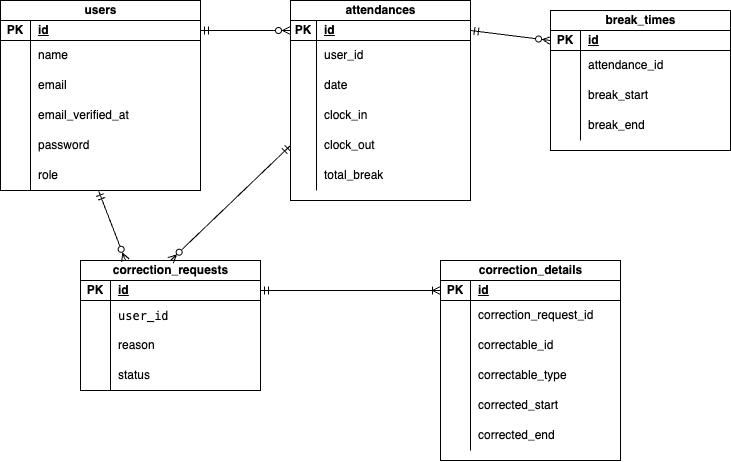
This is mogi2.drawio.png from riku37-create/miyaharariku-mogi2, a draw.io export, as it was before one commit. Source tidied: cells renumbered, new cells last; positions are measured from the earlier drawing's top-left corner, leaving out a move shared by most shapes.
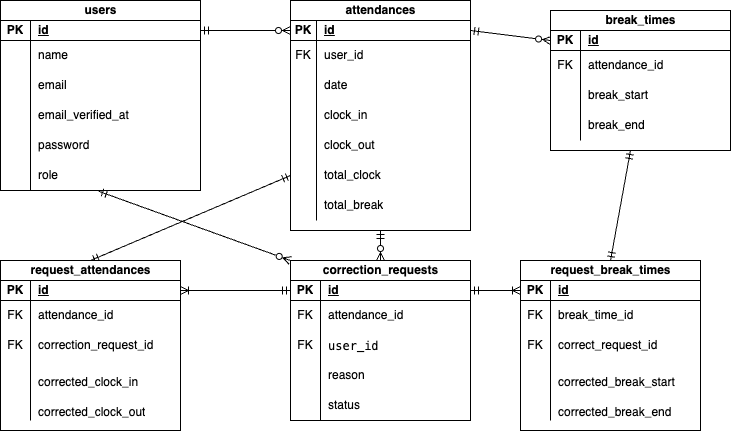
Above is the later version.

Change to the diagram source:
```diff
@@ -5,3 +5,3 @@
     <mxCell id="2" value="correction_requests" style="shape=table;startSize=20;rowLines=0;fontStyle=1;align=center;html=1;shadow=0;" parent="1" vertex="1">
-      <mxGeometry x="80" y="260" width="180" height="130" as="geometry" />
+      <mxGeometry x="290" y="260" width="180" height="160" as="geometry" />
     </mxCell>
@@ -16,6 +16,15 @@
     </mxCell>
+    <mxCell id="90" style="shape=tableRow;horizontal=0;startSize=0;swimlaneHead=0;swimlaneBody=0;fillColor=none;top=0;left=0;right=0;bottom=0;" parent="2" vertex="1">
+      <mxGeometry y="40" width="180" height="30" as="geometry" />
+    </mxCell>
+    <mxCell id="91" value="FK" style="shape=partialRectangle;fillColor=none;top=0;left=0;bottom=0;right=0;overflow=hidden;whiteSpace=wrap;html=1;" parent="90" vertex="1">
+      <mxGeometry width="30" height="30" as="geometry" />
+    </mxCell>
+    <mxCell id="92" value="attendance_id" style="shape=partialRectangle;fillColor=none;top=0;left=0;bottom=0;right=0;align=left;spacingLeft=6;overflow=hidden;whiteSpace=wrap;html=1;" parent="90" vertex="1">
+      <mxGeometry x="30" width="150" height="30" as="geometry" />
+    </mxCell>
     <mxCell id="6" style="shape=tableRow;horizontal=0;startSize=0;swimlaneHead=0;swimlaneBody=0;fillColor=none;top=0;left=0;right=0;bottom=0;" parent="2" vertex="1">
-      <mxGeometry y="40" width="180" height="30" as="geometry" />
+      <mxGeometry y="70" width="180" height="30" as="geometry" />
     </mxCell>
-    <mxCell id="7" style="shape=partialRectangle;fillColor=none;top=0;left=0;bottom=0;right=0;overflow=hidden;whiteSpace=wrap;html=1;" parent="6" vertex="1">
+    <mxCell id="7" value="FK" style="shape=partialRectangle;fillColor=none;top=0;left=0;bottom=0;right=0;overflow=hidden;whiteSpace=wrap;html=1;" parent="6" vertex="1">
       <mxGeometry width="30" height="30" as="geometry" />
@@ -26,3 +35,3 @@
     <mxCell id="9" style="shape=tableRow;horizontal=0;startSize=0;swimlaneHead=0;swimlaneBody=0;fillColor=none;top=0;left=0;right=0;bottom=0;" parent="2" vertex="1">
-      <mxGeometry y="70" width="180" height="30" as="geometry" />
+      <mxGeometry y="100" width="180" height="30" as="geometry" />
     </mxCell>
@@ -35,3 +44,3 @@
     <mxCell id="12" style="shape=tableRow;horizontal=0;startSize=0;swimlaneHead=0;swimlaneBody=0;fillColor=none;top=0;left=0;right=0;bottom=0;" parent="2" vertex="1">
-      <mxGeometry y="100" width="180" height="30" as="geometry" />
+      <mxGeometry y="130" width="180" height="30" as="geometry" />
     </mxCell>
@@ -101,3 +110,3 @@
     <mxCell id="34" value="attendances" style="shape=table;startSize=20;rowLines=0;fontStyle=1;align=center;html=1;" parent="1" vertex="1">
-      <mxGeometry x="290" width="180" height="200" as="geometry" />
+      <mxGeometry x="290" width="180" height="230" as="geometry" />
     </mxCell>
@@ -115,3 +124,3 @@
     </mxCell>
-    <mxCell id="39" style="shape=partialRectangle;fillColor=none;top=0;left=0;bottom=0;right=0;overflow=hidden;whiteSpace=wrap;html=1;" parent="38" vertex="1">
+    <mxCell id="39" value="FK" style="shape=partialRectangle;fillColor=none;top=0;left=0;bottom=0;right=0;overflow=hidden;whiteSpace=wrap;html=1;" parent="38" vertex="1">
       <mxGeometry width="26" height="30" as="geometry" />
@@ -154,5 +163,14 @@
     </mxCell>
-    <mxCell id="52" value="total_break" style="shape=partialRectangle;fillColor=none;top=0;left=0;bottom=0;right=0;align=left;spacingLeft=6;overflow=hidden;whiteSpace=wrap;html=1;" parent="50" vertex="1">
+    <mxCell id="52" value="total_clock&lt;span style=&quot;white-space: pre;&quot;&gt;&#9;&lt;/span&gt;" style="shape=partialRectangle;fillColor=none;top=0;left=0;bottom=0;right=0;align=left;spacingLeft=6;overflow=hidden;whiteSpace=wrap;html=1;" parent="50" vertex="1">
       <mxGeometry x="26" width="154" height="30" as="geometry" />
     </mxCell>
+    <mxCell id="93" style="shape=tableRow;horizontal=0;startSize=0;swimlaneHead=0;swimlaneBody=0;fillColor=none;top=0;left=0;right=0;bottom=0;" parent="34" vertex="1">
+      <mxGeometry y="190" width="180" height="30" as="geometry" />
+    </mxCell>
+    <mxCell id="94" style="shape=partialRectangle;fillColor=none;top=0;left=0;bottom=0;right=0;overflow=hidden;whiteSpace=wrap;html=1;" parent="93" vertex="1">
+      <mxGeometry width="26" height="30" as="geometry" />
+    </mxCell>
+    <mxCell id="95" value="total_break" style="shape=partialRectangle;fillColor=none;top=0;left=0;bottom=0;right=0;align=left;spacingLeft=6;overflow=hidden;whiteSpace=wrap;html=1;" parent="93" vertex="1">
+      <mxGeometry x="26" width="154" height="30" as="geometry" />
+    </mxCell>
     <mxCell id="53" style="html=1;exitX=1;exitY=0.5;exitDx=0;exitDy=0;entryX=0;entryY=0.5;entryDx=0;entryDy=0;startArrow=ERmandOne;startFill=0;endArrow=ERzeroToMany;endFill=0;" parent="1" edge="1" source="16" target="35">
@@ -175,3 +193,3 @@
     </mxCell>
-    <mxCell id="59" style="shape=partialRectangle;fillColor=none;top=0;left=0;bottom=0;right=0;overflow=hidden;whiteSpace=wrap;html=1;" parent="58" vertex="1">
+    <mxCell id="59" value="FK" style="shape=partialRectangle;fillColor=none;top=0;left=0;bottom=0;right=0;overflow=hidden;whiteSpace=wrap;html=1;" parent="58" vertex="1">
       <mxGeometry width="30" height="30" as="geometry" />
@@ -202,68 +220,118 @@
     </mxCell>
-    <mxCell id="68" style="edgeStyle=none;html=1;exitX=0;exitY=0.5;exitDx=0;exitDy=0;entryX=0.5;entryY=0;entryDx=0;entryDy=0;startArrow=ERmandOne;startFill=0;endArrow=ERzeroToMany;endFill=0;" parent="1" edge="1" source="47" target="2">
+    <mxCell id="68" style="edgeStyle=none;html=1;exitX=0.5;exitY=1;exitDx=0;exitDy=0;entryX=0.5;entryY=0;entryDx=0;entryDy=0;startArrow=ERmandOne;startFill=0;endArrow=ERzeroToMany;endFill=0;" parent="1" edge="1" source="34" target="2">
       <mxGeometry relative="1" as="geometry" />
     </mxCell>
-    <mxCell id="69" value="correction_details" style="shape=table;startSize=20;rowLines=0;fontStyle=1;align=center;html=1;" parent="1" vertex="1">
-      <mxGeometry x="440" y="260" width="180" height="200" as="geometry" />
-    </mxCell>
-    <mxCell id="70" style="shape=tableRow;horizontal=0;startSize=0;swimlaneHead=0;swimlaneBody=0;fillColor=none;points=[[0,0.5],[1,0.5]];portConstraint=eastwest;top=0;left=0;right=0;bottom=1;" parent="69" vertex="1">
-      <mxGeometry y="20" width="180" height="20" as="geometry" />
-    </mxCell>
-    <mxCell id="71" value="PK" style="shape=partialRectangle;fillColor=none;top=0;left=0;bottom=0;right=0;fontStyle=1;overflow=hidden;whiteSpace=wrap;html=1;" parent="70" vertex="1">
-      <mxGeometry width="30" height="20" as="geometry" />
-    </mxCell>
-    <mxCell id="72" value="id" style="shape=partialRectangle;fillColor=none;top=0;left=0;bottom=0;right=0;align=left;spacingLeft=6;fontStyle=5;overflow=hidden;whiteSpace=wrap;html=1;" parent="70" vertex="1">
-      <mxGeometry x="30" width="150" height="20" as="geometry" />
-    </mxCell>
-    <mxCell id="73" style="shape=tableRow;horizontal=0;startSize=0;swimlaneHead=0;swimlaneBody=0;fillColor=none;top=0;left=0;right=0;bottom=0;" parent="69" vertex="1">
-      <mxGeometry y="40" width="180" height="30" as="geometry" />
-    </mxCell>
-    <mxCell id="74" style="shape=partialRectangle;fillColor=none;top=0;left=0;bottom=0;right=0;overflow=hidden;whiteSpace=wrap;html=1;" parent="73" vertex="1">
-      <mxGeometry width="30" height="30" as="geometry" />
-    </mxCell>
+    <mxCell id="89" style="edgeStyle=none;html=1;exitX=0;exitY=0;exitDx=0;exitDy=0;entryX=0.491;entryY=1.026;entryDx=0;entryDy=0;entryPerimeter=0;startArrow=ERzeroToMany;startFill=0;endArrow=ERmandOne;endFill=0;" parent="1" edge="1" source="2" target="31">
+      <mxGeometry relative="1" as="geometry" />
+    </mxCell>
+    <mxCell id="96" style="edgeStyle=none;html=1;exitX=0.5;exitY=0;exitDx=0;exitDy=0;startArrow=ERmandOne;startFill=0;endArrow=ERmandOne;endFill=0;" parent="1" edge="1" source="97">
+      <mxGeometry relative="1" as="geometry">
+        <mxPoint x="630" y="150" as="targetPoint" />
+      </mxGeometry>
+    </mxCell>
+    <mxCell id="97" value="request_break_times" style="shape=table;startSize=20;rowLines=0;fontStyle=1;align=center;html=1;" parent="1" vertex="1">
+      <mxGeometry x="520" y="260" width="180" height="170" as="geometry" />
+    </mxCell>
+    <mxCell id="98" style="shape=tableRow;horizontal=0;startSize=0;swimlaneHead=0;swimlaneBody=0;fillColor=none;points=[[0,0.5],[1,0.5]];portConstraint=eastwest;top=0;left=0;right=0;bottom=1;" parent="97" vertex="1">
+      <mxGeometry y="20" width="180" height="20" as="geometry" />
+    </mxCell>
+    <mxCell id="99" value="PK" style="shape=partialRectangle;fillColor=none;top=0;left=0;bottom=0;right=0;fontStyle=1;overflow=hidden;whiteSpace=wrap;html=1;" parent="98" vertex="1">
+      <mxGeometry width="30" height="20" as="geometry" />
+    </mxCell>
+    <mxCell id="100" value="id" style="shape=partialRectangle;fillColor=none;top=0;left=0;bottom=0;right=0;align=left;spacingLeft=6;fontStyle=5;overflow=hidden;whiteSpace=wrap;html=1;" parent="98" vertex="1">
+      <mxGeometry x="30" width="150" height="20" as="geometry" />
+    </mxCell>
+    <mxCell id="101" style="shape=tableRow;horizontal=0;startSize=0;swimlaneHead=0;swimlaneBody=0;fillColor=none;top=0;left=0;right=0;bottom=0;" parent="97" vertex="1">
+      <mxGeometry y="40" width="180" height="30" as="geometry" />
+    </mxCell>
+    <mxCell id="102" value="FK" style="shape=partialRectangle;fillColor=none;top=0;left=0;bottom=0;right=0;overflow=hidden;whiteSpace=wrap;html=1;" parent="101" vertex="1">
+      <mxGeometry width="30" height="30" as="geometry" />
+    </mxCell>
+    <mxCell id="103" value="break_time_id" style="shape=partialRectangle;fillColor=none;top=0;left=0;bottom=0;right=0;align=left;spacingLeft=6;overflow=hidden;whiteSpace=wrap;html=1;" parent="101" vertex="1">
+      <mxGeometry x="30" width="150" height="30" as="geometry" />
+    </mxCell>
+    <mxCell id="104" style="shape=tableRow;horizontal=0;startSize=0;swimlaneHead=0;swimlaneBody=0;fillColor=none;top=0;left=0;right=0;bottom=0;" parent="97" vertex="1">
+      <mxGeometry y="70" width="180" height="30" as="geometry" />
+    </mxCell>
+    <mxCell id="105" value="FK" style="shape=partialRectangle;fillColor=none;top=0;left=0;bottom=0;right=0;overflow=hidden;whiteSpace=wrap;html=1;" parent="104" vertex="1">
+      <mxGeometry width="30" height="30" as="geometry" />
+    </mxCell>
+    <mxCell id="106" value="correct_request_id" style="shape=partialRectangle;fillColor=none;top=0;left=0;bottom=0;right=0;align=left;spacingLeft=6;overflow=hidden;whiteSpace=wrap;html=1;" parent="104" vertex="1">
+      <mxGeometry x="30" width="150" height="30" as="geometry" />
+    </mxCell>
+    <mxCell id="107" style="shape=tableRow;horizontal=0;startSize=0;swimlaneHead=0;swimlaneBody=0;fillColor=none;top=0;left=0;right=0;bottom=0;" parent="97" vertex="1">
+      <mxGeometry y="100" width="180" height="30" as="geometry" />
+    </mxCell>
+    <mxCell id="108" style="shape=partialRectangle;fillColor=none;top=0;left=0;bottom=0;right=0;overflow=hidden;whiteSpace=wrap;html=1;" parent="107" vertex="1">
+      <mxGeometry width="30" height="30" as="geometry" />
+    </mxCell>
+    <mxCell id="109" value="&lt;p class=&quot;p1&quot;&gt;corrected_break_start&lt;/p&gt;" style="shape=partialRectangle;fillColor=none;top=0;left=0;bottom=0;right=0;align=left;spacingLeft=6;overflow=hidden;whiteSpace=wrap;html=1;" parent="107" vertex="1">
+      <mxGeometry x="30" width="150" height="30" as="geometry" />
+    </mxCell>
+    <mxCell id="110" style="shape=tableRow;horizontal=0;startSize=0;swimlaneHead=0;swimlaneBody=0;fillColor=none;top=0;left=0;right=0;bottom=0;" parent="97" vertex="1">
+      <mxGeometry y="130" width="180" height="30" as="geometry" />
+    </mxCell>
+    <mxCell id="111" style="shape=partialRectangle;fillColor=none;top=0;left=0;bottom=0;right=0;overflow=hidden;whiteSpace=wrap;html=1;" parent="110" vertex="1">
+      <mxGeometry width="30" height="30" as="geometry" />
+    </mxCell>
+    <mxCell id="112" value="&lt;p class=&quot;p1&quot;&gt;corrected_break_end&lt;/p&gt;" style="shape=partialRectangle;fillColor=none;top=0;left=0;bottom=0;right=0;align=left;spacingLeft=6;overflow=hidden;whiteSpace=wrap;html=1;" parent="110" vertex="1">
+      <mxGeometry x="30" width="150" height="30" as="geometry" />
+    </mxCell>
+    <mxCell id="113" style="edgeStyle=none;html=1;exitX=0.5;exitY=0;exitDx=0;exitDy=0;startArrow=ERmandOne;startFill=0;endArrow=ERmandOne;endFill=0;entryX=0;entryY=0.5;entryDx=0;entryDy=0;" parent="1" edge="1" source="114" target="50">
+      <mxGeometry relative="1" as="geometry" />
+    </mxCell>
+    <mxCell id="114" value="request_attendances" style="shape=table;startSize=20;rowLines=0;fontStyle=1;align=center;html=1;" parent="1" vertex="1">
+      <mxGeometry y="260" width="180" height="170" as="geometry" />
+    </mxCell>
+    <mxCell id="115" style="shape=tableRow;horizontal=0;startSize=0;swimlaneHead=0;swimlaneBody=0;fillColor=none;points=[[0,0.5],[1,0.5]];portConstraint=eastwest;top=0;left=0;right=0;bottom=1;" parent="114" vertex="1">
+      <mxGeometry y="20" width="180" height="20" as="geometry" />
+    </mxCell>
+    <mxCell id="116" value="PK" style="shape=partialRectangle;fillColor=none;top=0;left=0;bottom=0;right=0;fontStyle=1;overflow=hidden;whiteSpace=wrap;html=1;" parent="115" vertex="1">
+      <mxGeometry width="30" height="20" as="geometry" />
+    </mxCell>
+    <mxCell id="117" value="id" style="shape=partialRectangle;fillColor=none;top=0;left=0;bottom=0;right=0;align=left;spacingLeft=6;fontStyle=5;overflow=hidden;whiteSpace=wrap;html=1;" parent="115" vertex="1">
+      <mxGeometry x="30" width="150" height="20" as="geometry" />
+    </mxCell>
+    <mxCell id="118" style="shape=tableRow;horizontal=0;startSize=0;swimlaneHead=0;swimlaneBody=0;fillColor=none;top=0;left=0;right=0;bottom=0;" parent="114" vertex="1">
+      <mxGeometry y="40" width="180" height="30" as="geometry" />
+    </mxCell>
+    <mxCell id="119" value="FK" style="shape=partialRectangle;fillColor=none;top=0;left=0;bottom=0;right=0;overflow=hidden;whiteSpace=wrap;html=1;" parent="118" vertex="1">
+      <mxGeometry width="30" height="30" as="geometry" />
+    </mxCell>
+    <mxCell id="120" value="attendance_id" style="shape=partialRectangle;fillColor=none;top=0;left=0;bottom=0;right=0;align=left;spacingLeft=6;overflow=hidden;whiteSpace=wrap;html=1;" parent="118" vertex="1">
+      <mxGeometry x="30" width="150" height="30" as="geometry" />
+    </mxCell>
+    <mxCell id="121" style="shape=tableRow;horizontal=0;startSize=0;swimlaneHead=0;swimlaneBody=0;fillColor=none;top=0;left=0;right=0;bottom=0;" parent="114" vertex="1">
+      <mxGeometry y="70" width="180" height="30" as="geometry" />
+    </mxCell>
+    <mxCell id="122" value="FK" style="shape=partialRectangle;fillColor=none;top=0;left=0;bottom=0;right=0;overflow=hidden;whiteSpace=wrap;html=1;" parent="121" vertex="1">
+      <mxGeometry width="30" height="30" as="geometry" />
+    </mxCell>
-    <mxCell id="75" value="correction_request_id" style="shape=partialRectangle;fillColor=none;top=0;left=0;bottom=0;right=0;align=left;spacingLeft=6;overflow=hidden;whiteSpace=wrap;html=1;" parent="73" vertex="1">
+    <mxCell id="75" value="correction_request_id" style="shape=partialRectangle;fillColor=none;top=0;left=0;bottom=0;right=0;align=left;spacingLeft=6;overflow=hidden;whiteSpace=wrap;html=1;" parent="121" vertex="1">
       <mxGeometry x="30" width="150" height="30" as="geometry" />
     </mxCell>
-    <mxCell id="76" style="shape=tableRow;horizontal=0;startSize=0;swimlaneHead=0;swimlaneBody=0;fillColor=none;top=0;left=0;right=0;bottom=0;" parent="69" vertex="1">
-      <mxGeometry y="70" width="180" height="30" as="geometry" />
-    </mxCell>
-    <mxCell id="77" style="shape=partialRectangle;fillColor=none;top=0;left=0;bottom=0;right=0;overflow=hidden;whiteSpace=wrap;html=1;" parent="76" vertex="1">
-      <mxGeometry width="30" height="30" as="geometry" />
-    </mxCell>
-    <mxCell id="78" value="correctable_id" style="shape=partialRectangle;fillColor=none;top=0;left=0;bottom=0;right=0;align=left;spacingLeft=6;overflow=hidden;whiteSpace=wrap;html=1;" parent="76" vertex="1">
-      <mxGeometry x="30" width="150" height="30" as="geometry" />
-    </mxCell>
-    <mxCell id="79" style="shape=tableRow;horizontal=0;startSize=0;swimlaneHead=0;swimlaneBody=0;fillColor=none;top=0;left=0;right=0;bottom=0;" parent="69" vertex="1">
-      <mxGeometry y="100" width="180" height="30" as="geometry" />
-    </mxCell>
-    <mxCell id="80" style="shape=partialRectangle;fillColor=none;top=0;left=0;bottom=0;right=0;overflow=hidden;whiteSpace=wrap;html=1;" parent="79" vertex="1">
-      <mxGeometry width="30" height="30" as="geometry" />
-    </mxCell>
-    <mxCell id="81" value="correctable_type" style="shape=partialRectangle;fillColor=none;top=0;left=0;bottom=0;right=0;align=left;spacingLeft=6;overflow=hidden;whiteSpace=wrap;html=1;" parent="79" vertex="1">
-      <mxGeometry x="30" width="150" height="30" as="geometry" />
-    </mxCell>
-    <mxCell id="82" style="shape=tableRow;horizontal=0;startSize=0;swimlaneHead=0;swimlaneBody=0;fillColor=none;top=0;left=0;right=0;bottom=0;" parent="69" vertex="1">
-      <mxGeometry y="130" width="180" height="30" as="geometry" />
-    </mxCell>
-    <mxCell id="83" style="shape=partialRectangle;fillColor=none;top=0;left=0;bottom=0;right=0;overflow=hidden;whiteSpace=wrap;html=1;" parent="82" vertex="1">
-      <mxGeometry width="30" height="30" as="geometry" />
-    </mxCell>
-    <mxCell id="84" value="corrected_start" style="shape=partialRectangle;fillColor=none;top=0;left=0;bottom=0;right=0;align=left;spacingLeft=6;overflow=hidden;whiteSpace=wrap;html=1;" parent="82" vertex="1">
-      <mxGeometry x="30" width="150" height="30" as="geometry" />
-    </mxCell>
-    <mxCell id="85" style="shape=tableRow;horizontal=0;startSize=0;swimlaneHead=0;swimlaneBody=0;fillColor=none;top=0;left=0;right=0;bottom=0;" parent="69" vertex="1">
-      <mxGeometry y="160" width="180" height="30" as="geometry" />
-    </mxCell>
-    <mxCell id="86" style="shape=partialRectangle;fillColor=none;top=0;left=0;bottom=0;right=0;overflow=hidden;whiteSpace=wrap;html=1;" parent="85" vertex="1">
-      <mxGeometry width="30" height="30" as="geometry" />
-    </mxCell>
-    <mxCell id="87" value="corrected_end" style="shape=partialRectangle;fillColor=none;top=0;left=0;bottom=0;right=0;align=left;spacingLeft=6;overflow=hidden;whiteSpace=wrap;html=1;" parent="85" vertex="1">
-      <mxGeometry x="30" width="150" height="30" as="geometry" />
-    </mxCell>
-    <mxCell id="88" style="edgeStyle=none;html=1;exitX=1;exitY=0.5;exitDx=0;exitDy=0;startArrow=ERmandOne;startFill=0;endArrow=ERoneToMany;endFill=0;" parent="1" edge="1" source="3" target="70">
-      <mxGeometry relative="1" as="geometry" />
-    </mxCell>
-    <mxCell id="89" style="edgeStyle=none;html=1;exitX=0.25;exitY=0;exitDx=0;exitDy=0;entryX=0.491;entryY=1.026;entryDx=0;entryDy=0;entryPerimeter=0;startArrow=ERzeroToMany;startFill=0;endArrow=ERmandOne;endFill=0;" parent="1" edge="1" source="2" target="31">
-      <mxGeometry relative="1" as="geometry" />
-    </mxCell>
+    <mxCell id="123" style="shape=tableRow;horizontal=0;startSize=0;swimlaneHead=0;swimlaneBody=0;fillColor=none;top=0;left=0;right=0;bottom=0;" parent="114" vertex="1">
+      <mxGeometry y="100" width="180" height="30" as="geometry" />
+    </mxCell>
+    <mxCell id="124" style="shape=partialRectangle;fillColor=none;top=0;left=0;bottom=0;right=0;overflow=hidden;whiteSpace=wrap;html=1;" parent="123" vertex="1">
+      <mxGeometry width="30" height="30" as="geometry" />
+    </mxCell>
+    <mxCell id="125" value="&lt;p class=&quot;p1&quot;&gt;corrected_clock_in&lt;/p&gt;" style="shape=partialRectangle;fillColor=none;top=0;left=0;bottom=0;right=0;align=left;spacingLeft=6;overflow=hidden;whiteSpace=wrap;html=1;" parent="123" vertex="1">
+      <mxGeometry x="30" width="150" height="30" as="geometry" />
+    </mxCell>
+    <mxCell id="126" style="shape=tableRow;horizontal=0;startSize=0;swimlaneHead=0;swimlaneBody=0;fillColor=none;top=0;left=0;right=0;bottom=0;" parent="114" vertex="1">
+      <mxGeometry y="130" width="180" height="30" as="geometry" />
+    </mxCell>
+    <mxCell id="127" style="shape=partialRectangle;fillColor=none;top=0;left=0;bottom=0;right=0;overflow=hidden;whiteSpace=wrap;html=1;" parent="126" vertex="1">
+      <mxGeometry width="30" height="30" as="geometry" />
+    </mxCell>
+    <mxCell id="128" value="&lt;p class=&quot;p1&quot;&gt;corrected_clock_out&lt;/p&gt;" style="shape=partialRectangle;fillColor=none;top=0;left=0;bottom=0;right=0;align=left;spacingLeft=6;overflow=hidden;whiteSpace=wrap;html=1;" parent="126" vertex="1">
+      <mxGeometry x="30" width="150" height="30" as="geometry" />
+    </mxCell>
+    <mxCell id="129" style="edgeStyle=none;html=1;exitX=1;exitY=0.5;exitDx=0;exitDy=0;entryX=0;entryY=0.5;entryDx=0;entryDy=0;endArrow=ERmandOne;endFill=0;startArrow=ERoneToMany;startFill=0;" parent="1" edge="1" source="115" target="3">
+      <mxGeometry relative="1" as="geometry" />
+    </mxCell>
+    <mxCell id="130" style="edgeStyle=none;html=1;exitX=0;exitY=0.5;exitDx=0;exitDy=0;entryX=1;entryY=0.5;entryDx=0;entryDy=0;startArrow=ERoneToMany;startFill=0;endArrow=ERmandOne;endFill=0;" parent="1" edge="1" source="98" target="3">
+      <mxGeometry relative="1" as="geometry" />
+    </mxCell>
   </root>
```
